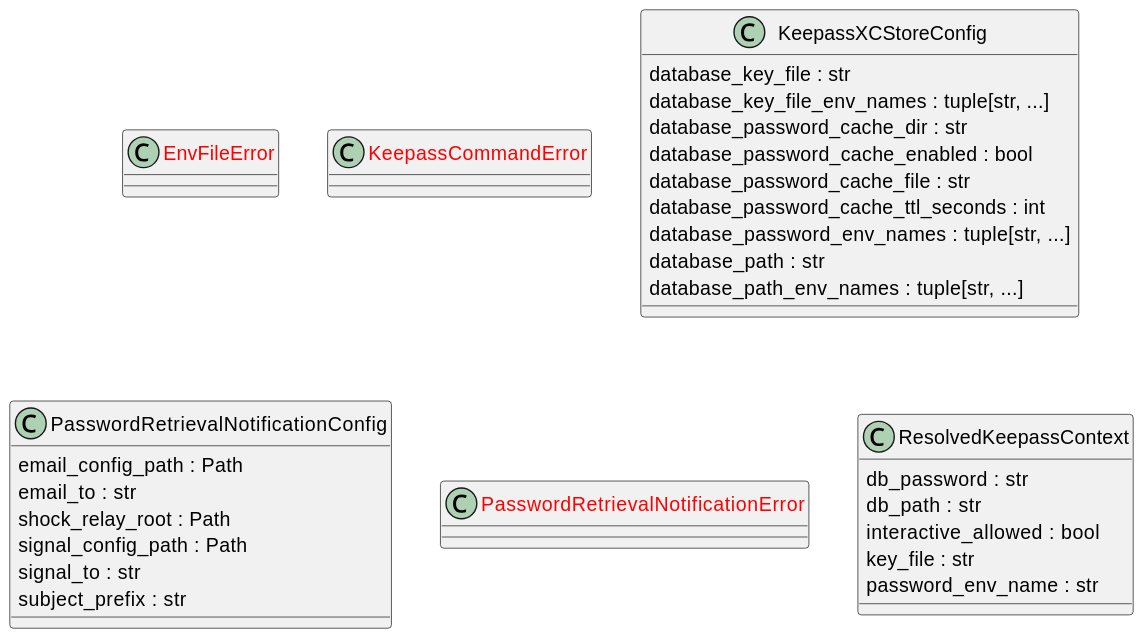
Earlier version of the PlantUML export docs/diagrams/python-classes.puml.svg (casonk/auto-pass).
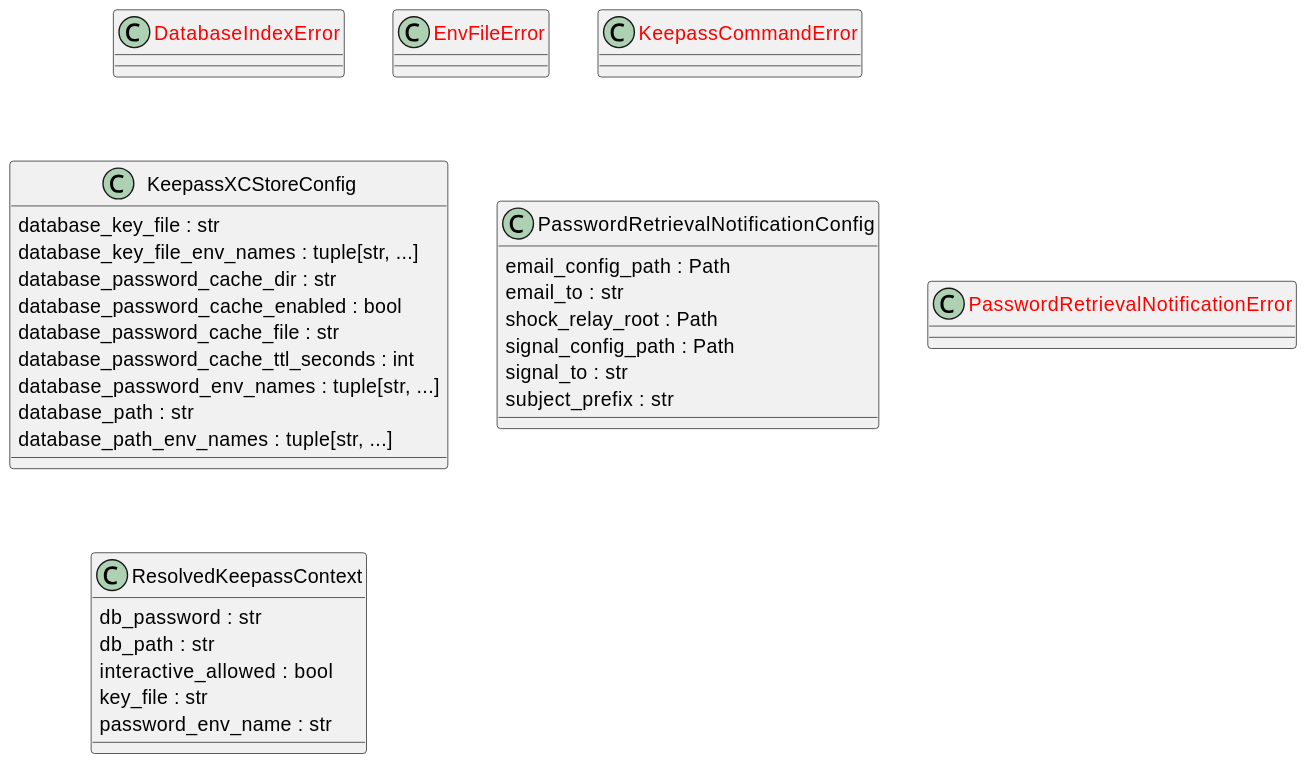
Above is the later version.

Commit message:
chore: refresh python diagram artifacts (classes, imports, packages)

Diff of the diagram source:
```diff
@@ -1,5 +1,7 @@
 @startuml
 set namespaceSeparator none
+class "<color:red>DatabaseIndexError</color>" as src.auto_pass.dbindex.DatabaseIndexError {
+}
 class "<color:red>EnvFileError</color>" as src.auto_pass.envfile.EnvFileError {
 }
 class "<color:red>KeepassCommandError</color>" as src.auto_pass.keepassxc.KeepassCommandError {
```
